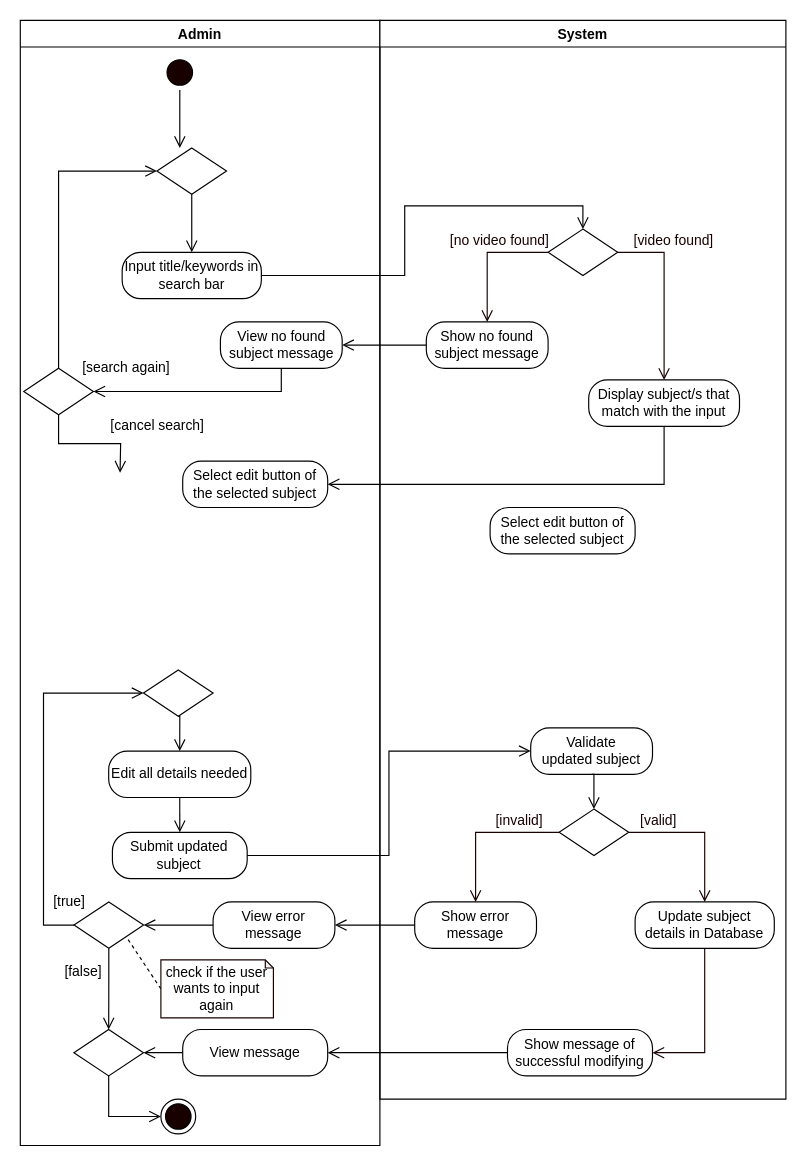
The draw.io diagram page "Edit Subject" (2 of 11) of REVISIONS/UML-DIAGRAMS/6-9-2021/ACTIVITY DIAGRAM/ACTIVITY DIAGRAM2.drawio in mrklglsn/CAPSTONE-FILES, before the edit. Source tidied: cells renumbered, new cells numbered last; positions are measured from the earlier drawing's top-left corner, leaving out a move shared by most shapes. Both pictures are drawn from the tidied source at 116%, with x=0, y=0 at pixel (20, 20).
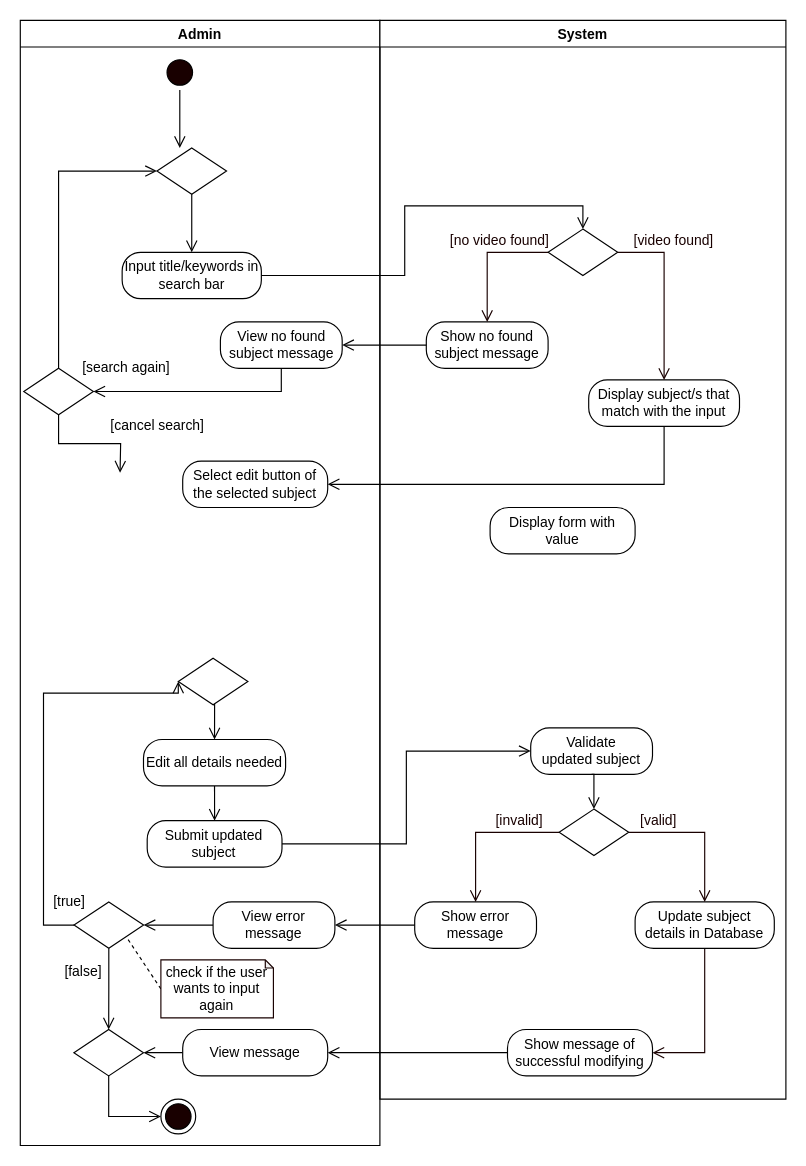
After the change.

The change refers to these unchanged cells:
```xml
<mxCell id="2" value="Admin" style="swimlane;startSize=23;" parent="1" vertex="1">
  <mxGeometry width="310" height="970" as="geometry" />
</mxCell>
<mxCell id="28" value="System" style="swimlane;" parent="1" vertex="1">
  <mxGeometry x="310" width="350" height="930" as="geometry" />
</mxCell>
```

The edit, as a diff of the source:
```diff
@@
     <mxCell id="6" value="Edit all details needed" style="rounded=1;whiteSpace=wrap;html=1;arcSize=40;" parent="2" vertex="1">
-      <mxGeometry x="76.2" y="630" width="122.5" height="40" as="geometry" />
+      <mxGeometry x="106.2" y="620" width="122.5" height="40" as="geometry" />
     </mxCell>
     <mxCell id="7" value="Submit updated subject" style="rounded=1;whiteSpace=wrap;html=1;arcSize=40;" parent="2" vertex="1">
-      <mxGeometry x="79.4" y="700" width="116.2" height="40" as="geometry" />
+      <mxGeometry x="109.4" y="690" width="116.2" height="40" as="geometry" />
     </mxCell>
@@
     <mxCell id="9" style="rhombus;whiteSpace=wrap;html=1;" parent="2" vertex="1">
-      <mxGeometry x="106.2" y="560" width="60" height="40" as="geometry" />
+      <mxGeometry x="136.2" y="550" width="60" height="40" as="geometry" />
     </mxCell>
@@
-    <mxCell id="55" value="Select edit button of the selected subject" style="rounded=1;whiteSpace=wrap;html=1;arcSize=40;" parent="28" vertex="1">
+    <mxCell id="55" value="Display form with value" style="rounded=1;whiteSpace=wrap;html=1;arcSize=40;" parent="28" vertex="1">
       <mxGeometry x="95" y="420" width="125" height="40" as="geometry" />
     </mxCell>
```
